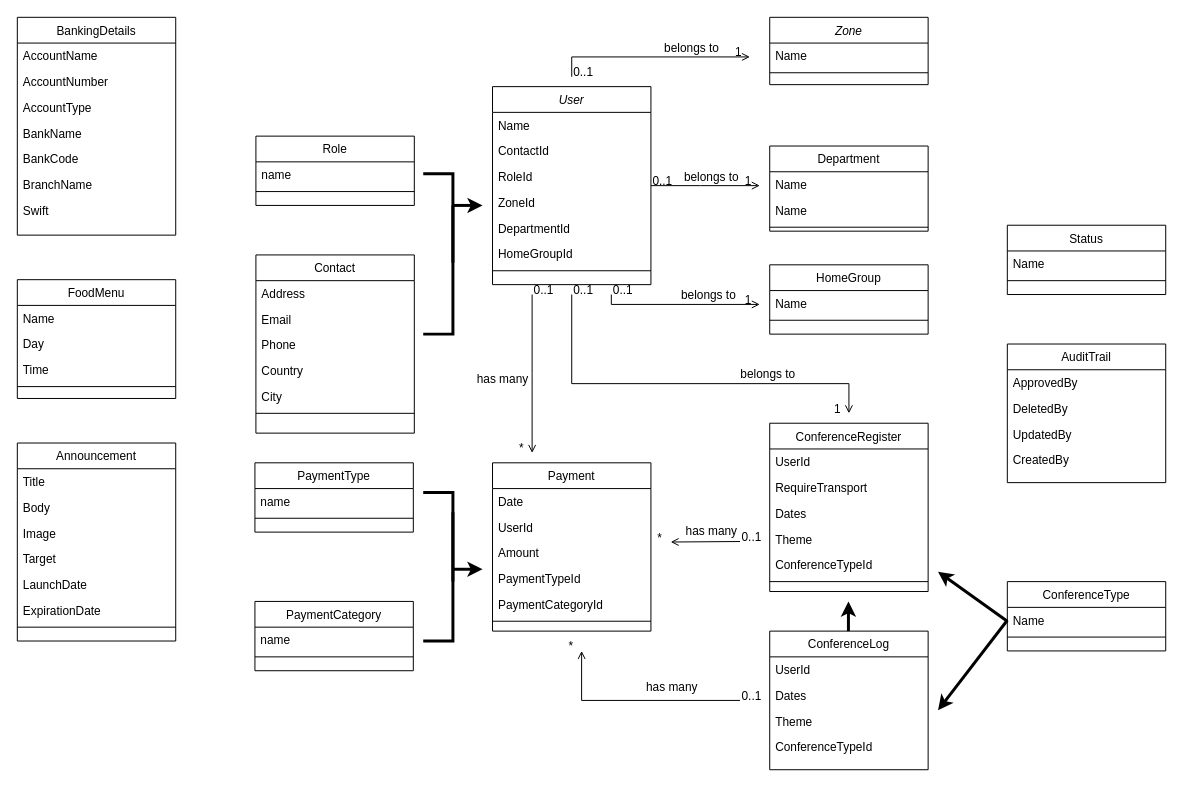
alphamonline/HIM-Events-App keeps this draw.io diagram as Untitled Diagram.drawio. Above is the earlier version. Source tidied: cells renumbered, new cells numbered last; positions are measured from the earlier drawing's top-left corner, leaving out a move shared by most shapes. Both pictures are drawn from the tidied source at 99%, with x=0, y=0 at pixel (17, 17).
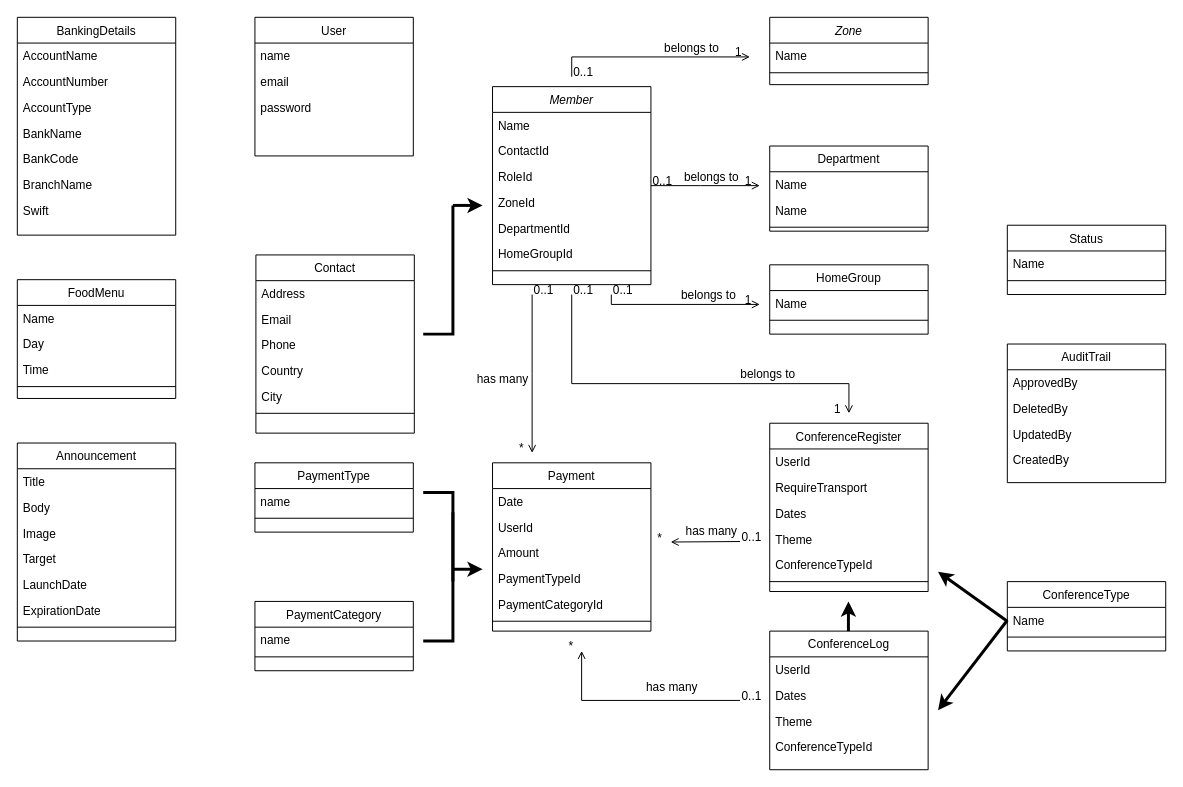
The same diagram, later.

Diff of the diagram source:
```diff
@@
-    <mxCell id="2" value="User" style="swimlane;fontStyle=2;align=center;verticalAlign=top;horizontal=1;startSize=26;rounded=0;shadow=0;strokeWidth=1;" parent="1" vertex="1">
+    <mxCell id="2" value="Member" style="swimlane;fontStyle=2;align=center;verticalAlign=top;horizontal=1;startSize=26;rounded=0;shadow=0;strokeWidth=1;" parent="1" vertex="1">
       <mxGeometry x="480" y="70" width="160" height="200" as="geometry" />
     </mxCell>
@@
-    <mxCell id="42" style="endArrow=none;html=1;rounded=0;strokeWidth=3;" parent="1" edge="1">
-      <mxGeometry relative="1" as="geometry">
-        <mxPoint x="410" y="158" as="sourcePoint" />
-        <mxPoint x="440" y="248" as="targetPoint" />
-        <Array as="points">
-          <mxPoint x="440" y="158" />
-        </Array>
-      </mxGeometry>
-    </mxCell>
@@
-    <mxCell id="65" value="Role" style="swimlane;fontStyle=0;align=center;verticalAlign=top;horizontal=1;startSize=26;rounded=0;shadow=0;strokeWidth=1;" parent="1" vertex="1">
-      <mxGeometry x="241" y="120" width="160" height="70" as="geometry" />
+    <mxCell id="65" value="User" style="swimlane;fontStyle=0;align=center;verticalAlign=top;horizontal=1;startSize=26;rounded=0;shadow=0;strokeWidth=1;" parent="1" vertex="1">
+      <mxGeometry x="240" width="160" height="140" as="geometry" />
     </mxCell>
@@
-    <mxCell id="67" style="line;html=1;strokeWidth=1;align=left;verticalAlign=middle;spacingTop=-1;spacingLeft=3;spacingRight=3;labelPosition=right;" parent="65" vertex="1">
-      <mxGeometry y="52" width="160" height="8" as="geometry" />
-    </mxCell>
+    <mxCell id="124" value="email" style="text;align=left;verticalAlign=top;spacingLeft=4;spacingRight=4;overflow=hidden;" parent="65" vertex="1">
+      <mxGeometry y="52" width="160" height="26" as="geometry" />
+    </mxCell>
+    <mxCell id="125" value="password" style="text;align=left;verticalAlign=top;spacingLeft=4;spacingRight=4;overflow=hidden;" parent="65" vertex="1">
+      <mxGeometry y="78" width="160" height="26" as="geometry" />
+    </mxCell>
```
